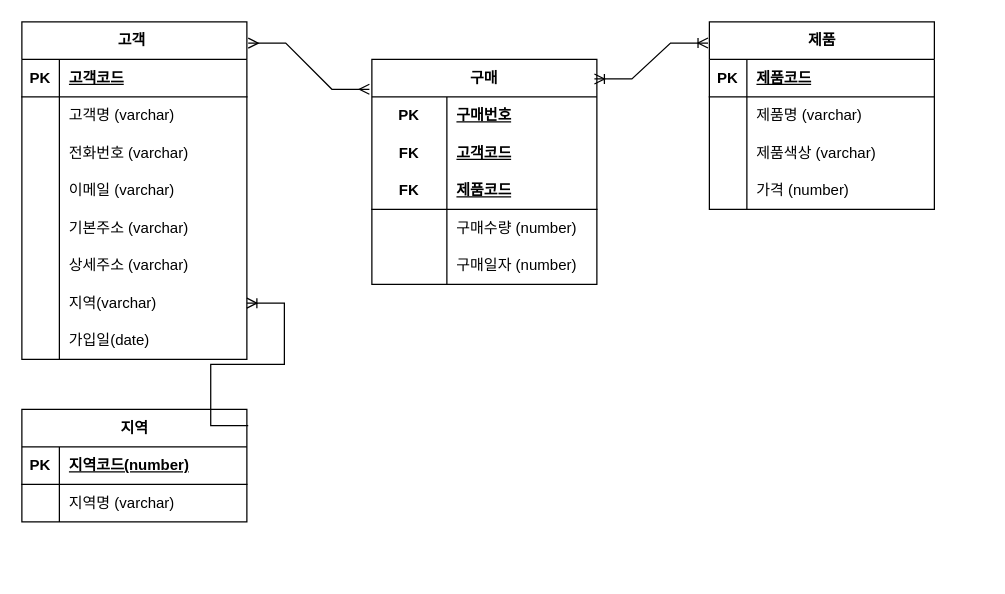
Earlier version of the draw.io diagram page "페이지-1" (1 of 2) of 제목 없는 다이어그램.drawio (kiuugi/oraclesource). Source tidied: cells renumbered, new cells numbered last; positions are measured from the earlier drawing's top-left corner, leaving out a move shared by most shapes. Both pictures are drawn from the tidied source at 125%, with x=0, y=0 at pixel (21, 21).
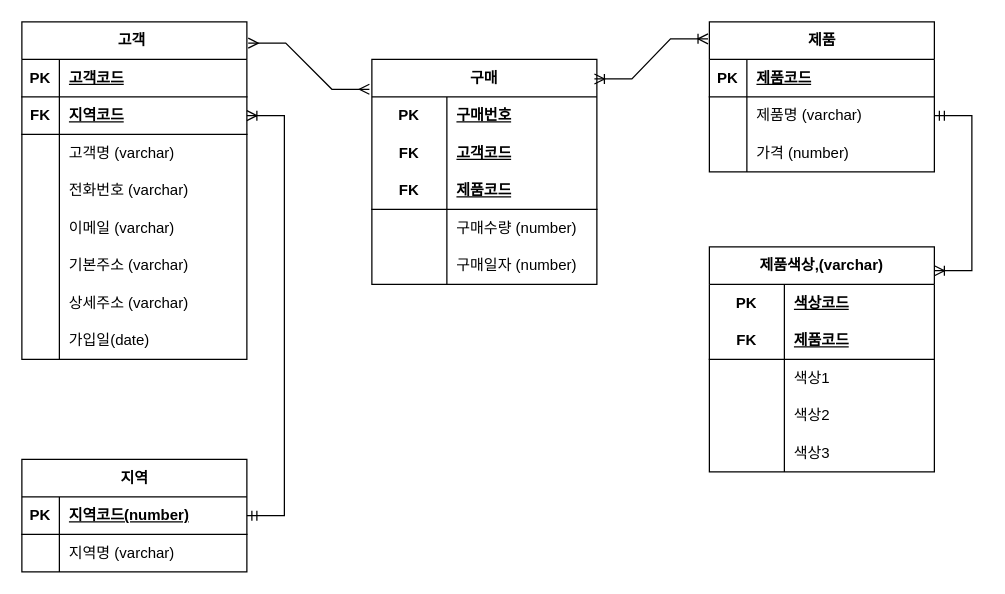
The same diagram, later.

Commit message:
제목 없는 다이어그램.drawio 업데이트

Unchanged cells that the change refers to:
```xml
<mxCell id="2" value="고객&lt;span style=&quot;white-space: pre;&quot;&gt;&#9;&lt;/span&gt;" style="shape=table;startSize=30;childLayout=tableLayout;rowLines=0;fontStyle=1;align=center;html=1;" parent="1" vertex="1">
  <mxGeometry width="180" height="270" as="geometry" />
</mxCell>
<mxCell id="28" style="shape=tableRow;horizontal=0;startSize=0;swimlaneHead=0;swimlaneBody=0;fillColor=none;points=[[0,0.5],[1,0.5]];portConstraint=eastwest;top=0;left=0;right=0;bottom=1;" parent="27" vertex="1">
  <mxGeometry y="30" width="180" height="30" as="geometry" />
</mxCell>
```

What changed in the source:
```diff
@@
+    <mxCell id="66" style="shape=tableRow;horizontal=0;startSize=0;swimlaneHead=0;swimlaneBody=0;fillColor=none;points=[[0,0.5],[1,0.5]];portConstraint=eastwest;top=0;left=0;right=0;bottom=1;" parent="2" vertex="1">
+      <mxGeometry y="60" width="180" height="30" as="geometry" />
+    </mxCell>
+    <mxCell id="67" value="FK" style="shape=partialRectangle;fillColor=none;top=0;left=0;bottom=0;right=0;fontStyle=1;overflow=hidden;whiteSpace=wrap;html=1;" parent="66" vertex="1">
+      <mxGeometry width="30" height="30" as="geometry" />
+    </mxCell>
+    <mxCell id="68" value="지역코드" style="shape=partialRectangle;fillColor=none;top=0;left=0;bottom=0;right=0;align=left;spacingLeft=6;fontStyle=5;overflow=hidden;whiteSpace=wrap;html=1;" parent="66" vertex="1">
+      <mxGeometry x="30" width="150" height="30" as="geometry" />
+    </mxCell>
     <mxCell id="6" style="shape=tableRow;horizontal=0;startSize=0;swimlaneHead=0;swimlaneBody=0;fillColor=none;top=0;left=0;right=0;bottom=0;" parent="2" vertex="1">
-      <mxGeometry y="60" width="180" height="30" as="geometry" />
+      <mxGeometry y="90" width="180" height="30" as="geometry" />
     </mxCell>
@@
     <mxCell id="9" style="shape=tableRow;horizontal=0;startSize=0;swimlaneHead=0;swimlaneBody=0;fillColor=none;top=0;left=0;right=0;bottom=0;" parent="2" vertex="1">
-      <mxGeometry y="90" width="180" height="30" as="geometry" />
+      <mxGeometry y="120" width="180" height="30" as="geometry" />
     </mxCell>
@@
     <mxCell id="12" style="shape=tableRow;horizontal=0;startSize=0;swimlaneHead=0;swimlaneBody=0;fillColor=none;top=0;left=0;right=0;bottom=0;" parent="2" vertex="1">
-      <mxGeometry y="120" width="180" height="30" as="geometry" />
+      <mxGeometry y="150" width="180" height="30" as="geometry" />
     </mxCell>
@@
     <mxCell id="15" style="shape=tableRow;horizontal=0;startSize=0;swimlaneHead=0;swimlaneBody=0;fillColor=none;top=0;left=0;right=0;bottom=0;" parent="2" vertex="1">
-      <mxGeometry y="150" width="180" height="30" as="geometry" />
+      <mxGeometry y="180" width="180" height="30" as="geometry" />
     </mxCell>
@@
     <mxCell id="18" style="shape=tableRow;horizontal=0;startSize=0;swimlaneHead=0;swimlaneBody=0;fillColor=none;top=0;left=0;right=0;bottom=0;" parent="2" vertex="1">
-      <mxGeometry y="180" width="180" height="30" as="geometry" />
+      <mxGeometry y="210" width="180" height="30" as="geometry" />
     </mxCell>
@@
-    <mxCell id="21" style="shape=tableRow;horizontal=0;startSize=0;swimlaneHead=0;swimlaneBody=0;fillColor=none;points=[[0,0.5],[1,0.5]];portConstraint=eastwest;top=0;left=0;right=0;bottom=0;" parent="2" vertex="1">
-      <mxGeometry y="210" width="180" height="30" as="geometry" />
-    </mxCell>
-    <mxCell id="22" style="shape=partialRectangle;fillColor=none;top=0;left=0;bottom=0;right=0;overflow=hidden;whiteSpace=wrap;html=1;" parent="21" vertex="1">
-      <mxGeometry width="30" height="30" as="geometry" />
-    </mxCell>
-    <mxCell id="23" value="지역(varchar)" style="shape=partialRectangle;fillColor=none;top=0;left=0;bottom=0;right=0;align=left;spacingLeft=6;overflow=hidden;whiteSpace=wrap;html=1;" parent="21" vertex="1">
-      <mxGeometry x="30" width="150" height="30" as="geometry" />
-    </mxCell>
@@
     <mxCell id="27" value="지역" style="shape=table;startSize=30;childLayout=tableLayout;rowLines=0;fontStyle=1;align=center;html=1;" parent="1" vertex="1">
-      <mxGeometry y="310" width="180" height="90" as="geometry" />
+      <mxGeometry y="350" width="180" height="90" as="geometry" />
     </mxCell>
@@
     <mxCell id="34" value="제품" style="shape=table;startSize=30;childLayout=tableLayout;rowLines=0;fontStyle=1;align=center;html=1;" parent="1" vertex="1">
-      <mxGeometry x="550" width="180" height="150" as="geometry" />
+      <mxGeometry x="550" width="180" height="120" as="geometry" />
     </mxCell>
@@
-    <mxCell id="41" style="shape=tableRow;horizontal=0;startSize=0;swimlaneHead=0;swimlaneBody=0;fillColor=none;top=0;left=0;right=0;bottom=0;" parent="34" vertex="1">
-      <mxGeometry y="90" width="180" height="30" as="geometry" />
-    </mxCell>
-    <mxCell id="42" style="shape=partialRectangle;fillColor=none;top=0;left=0;bottom=0;right=0;overflow=hidden;whiteSpace=wrap;html=1;" parent="41" vertex="1">
-      <mxGeometry width="30" height="30" as="geometry" />
-    </mxCell>
-    <mxCell id="43" value="제품색상 (varchar)" style="shape=partialRectangle;fillColor=none;top=0;left=0;bottom=0;right=0;align=left;spacingLeft=6;overflow=hidden;whiteSpace=wrap;html=1;" parent="41" vertex="1">
-      <mxGeometry x="30" width="150" height="30" as="geometry" />
-    </mxCell>
     <mxCell id="44" style="shape=tableRow;horizontal=0;startSize=0;swimlaneHead=0;swimlaneBody=0;fillColor=none;top=0;left=0;right=0;bottom=0;" parent="34" vertex="1">
-      <mxGeometry y="120" width="180" height="30" as="geometry" />
+      <mxGeometry y="90" width="180" height="30" as="geometry" />
     </mxCell>
@@
-    <mxCell id="63" style="edgeStyle=entityRelationEdgeStyle;fontSize=12;html=1;endArrow=ERoneToMany;rounded=0;exitX=1.006;exitY=0.144;exitDx=0;exitDy=0;exitPerimeter=0;entryX=1;entryY=0.5;entryDx=0;entryDy=0;" parent="1" edge="1" source="27" target="21">
-      <mxGeometry relative="1" as="geometry" />
-    </mxCell>
@@
+    <mxCell id="69" value="제품색상,(varchar)" style="shape=table;startSize=30;childLayout=tableLayout;rowLines=0;fontStyle=1;align=center;html=1;whiteSpace=wrap;" parent="1" vertex="1">
+      <mxGeometry x="550" y="180" width="180" height="180" as="geometry" />
+    </mxCell>
+    <mxCell id="70" style="shape=tableRow;horizontal=0;startSize=0;swimlaneHead=0;swimlaneBody=0;fillColor=none;top=0;left=0;right=0;bottom=0;html=1;" parent="69" vertex="1">
+      <mxGeometry y="30" width="180" height="30" as="geometry" />
+    </mxCell>
+    <mxCell id="71" value="PK" style="shape=partialRectangle;fillColor=none;top=0;left=0;bottom=0;right=0;fontStyle=1;overflow=hidden;html=1;whiteSpace=wrap;" parent="70" vertex="1">
+      <mxGeometry width="60" height="30" as="geometry" />
+    </mxCell>
+    <mxCell id="72" value="색상코드" style="shape=partialRectangle;fillColor=none;top=0;left=0;bottom=0;right=0;align=left;spacingLeft=6;fontStyle=5;overflow=hidden;html=1;whiteSpace=wrap;" parent="70" vertex="1">
+      <mxGeometry x="60" width="120" height="30" as="geometry" />
+    </mxCell>
+    <mxCell id="73" style="shape=tableRow;horizontal=0;startSize=0;swimlaneHead=0;swimlaneBody=0;fillColor=none;top=0;left=0;right=0;bottom=1;html=1;" parent="69" vertex="1">
+      <mxGeometry y="60" width="180" height="30" as="geometry" />
+    </mxCell>
+    <mxCell id="74" value="FK" style="shape=partialRectangle;fillColor=none;top=0;left=0;bottom=0;right=0;fontStyle=1;overflow=hidden;html=1;whiteSpace=wrap;" parent="73" vertex="1">
+      <mxGeometry width="60" height="30" as="geometry" />
+    </mxCell>
+    <mxCell id="75" value="제품코드" style="shape=partialRectangle;fillColor=none;top=0;left=0;bottom=0;right=0;align=left;spacingLeft=6;fontStyle=5;overflow=hidden;html=1;whiteSpace=wrap;" parent="73" vertex="1">
+      <mxGeometry x="60" width="120" height="30" as="geometry" />
+    </mxCell>
+    <mxCell id="76" style="shape=tableRow;horizontal=0;startSize=0;swimlaneHead=0;swimlaneBody=0;fillColor=none;top=0;left=0;right=0;bottom=0;html=1;" parent="69" vertex="1">
+      <mxGeometry y="90" width="180" height="30" as="geometry" />
+    </mxCell>
+    <mxCell id="77" style="shape=partialRectangle;fillColor=none;top=0;left=0;bottom=0;right=0;overflow=hidden;html=1;whiteSpace=wrap;" parent="76" vertex="1">
+      <mxGeometry width="60" height="30" as="geometry" />
+    </mxCell>
+    <mxCell id="78" value="색상1" style="shape=partialRectangle;fillColor=none;top=0;left=0;bottom=0;right=0;align=left;spacingLeft=6;overflow=hidden;html=1;whiteSpace=wrap;" parent="76" vertex="1">
+      <mxGeometry x="60" width="120" height="30" as="geometry" />
+    </mxCell>
+    <mxCell id="79" style="shape=tableRow;horizontal=0;startSize=0;swimlaneHead=0;swimlaneBody=0;fillColor=none;top=0;left=0;right=0;bottom=0;html=1;" parent="69" vertex="1">
+      <mxGeometry y="120" width="180" height="30" as="geometry" />
+    </mxCell>
+    <mxCell id="80" style="shape=partialRectangle;fillColor=none;top=0;left=0;bottom=0;right=0;overflow=hidden;html=1;whiteSpace=wrap;" parent="79" vertex="1">
+      <mxGeometry width="60" height="30" as="geometry" />
+    </mxCell>
+    <mxCell id="81" value="색상2" style="shape=partialRectangle;fillColor=none;top=0;left=0;bottom=0;right=0;align=left;spacingLeft=6;overflow=hidden;html=1;whiteSpace=wrap;" parent="79" vertex="1">
+      <mxGeometry x="60" width="120" height="30" as="geometry" />
+    </mxCell>
+    <mxCell id="82" style="shape=tableRow;horizontal=0;startSize=0;swimlaneHead=0;swimlaneBody=0;fillColor=none;top=0;left=0;right=0;bottom=0;html=1;" parent="69" vertex="1">
+      <mxGeometry y="150" width="180" height="30" as="geometry" />
+    </mxCell>
+    <mxCell id="83" style="shape=partialRectangle;fillColor=none;top=0;left=0;bottom=0;right=0;overflow=hidden;html=1;whiteSpace=wrap;" parent="82" vertex="1">
+      <mxGeometry width="60" height="30" as="geometry" />
+    </mxCell>
+    <mxCell id="84" value="색상3" style="shape=partialRectangle;fillColor=none;top=0;left=0;bottom=0;right=0;align=left;spacingLeft=6;overflow=hidden;html=1;whiteSpace=wrap;" parent="82" vertex="1">
+      <mxGeometry x="60" width="120" height="30" as="geometry" />
+    </mxCell>
+    <mxCell id="85" style="edgeStyle=entityRelationEdgeStyle;fontSize=12;html=1;endArrow=ERoneToMany;startArrow=ERmandOne;rounded=0;entryX=1;entryY=0.5;entryDx=0;entryDy=0;exitX=1;exitY=0.5;exitDx=0;exitDy=0;" parent="1" edge="1" source="28" target="66">
+      <mxGeometry relative="1" as="geometry">
+        <Array as="points">
+          <mxPoint x="220" y="150" />
+        </Array>
+      </mxGeometry>
+    </mxCell>
+    <mxCell id="86" style="edgeStyle=entityRelationEdgeStyle;fontSize=12;html=1;endArrow=ERoneToMany;startArrow=ERmandOne;rounded=0;exitX=1;exitY=0.5;exitDx=0;exitDy=0;entryX=1;entryY=0.106;entryDx=0;entryDy=0;entryPerimeter=0;" parent="1" edge="1" target="69">
+      <mxGeometry relative="1" as="geometry">
+        <mxPoint x="730" y="75" as="sourcePoint" />
+      </mxGeometry>
+    </mxCell>
```
